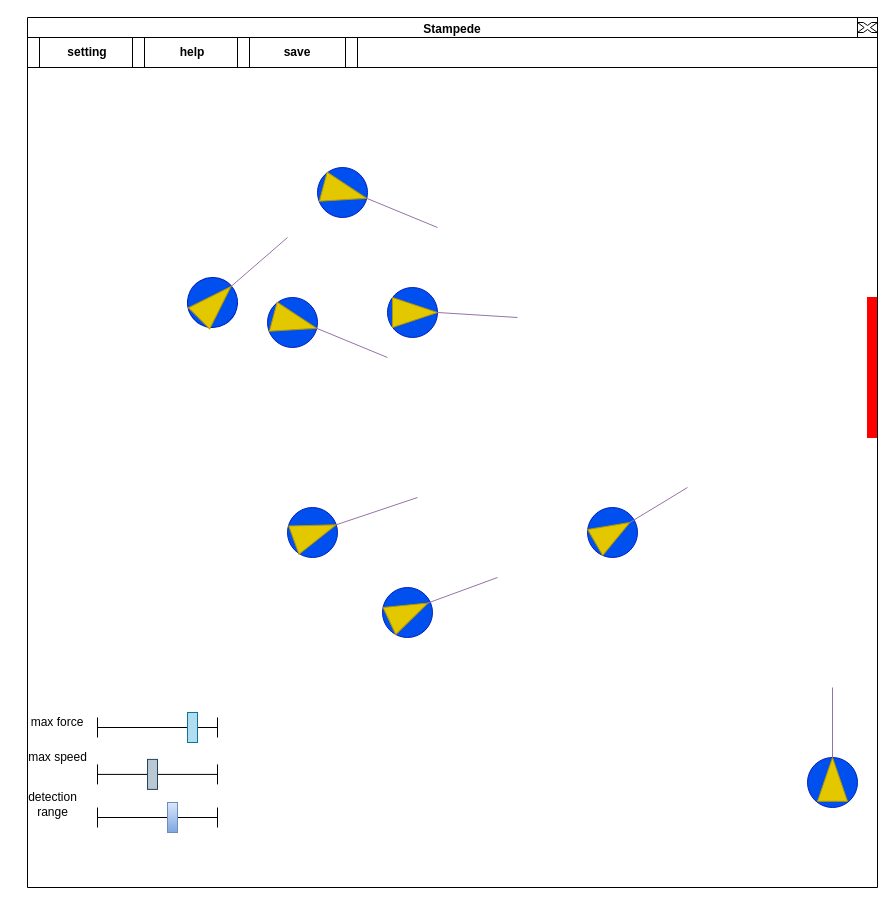
Above: draftGraphics.drawio in picadud/StudioA (draw.io), before the change. Source tidied: cells renumbered, new cells numbered last; positions are measured from the earlier drawing's top-left corner, leaving out a move shared by most shapes. Both pictures are drawn from the tidied source at 100%, with x=0, y=0 at pixel (17, 17).
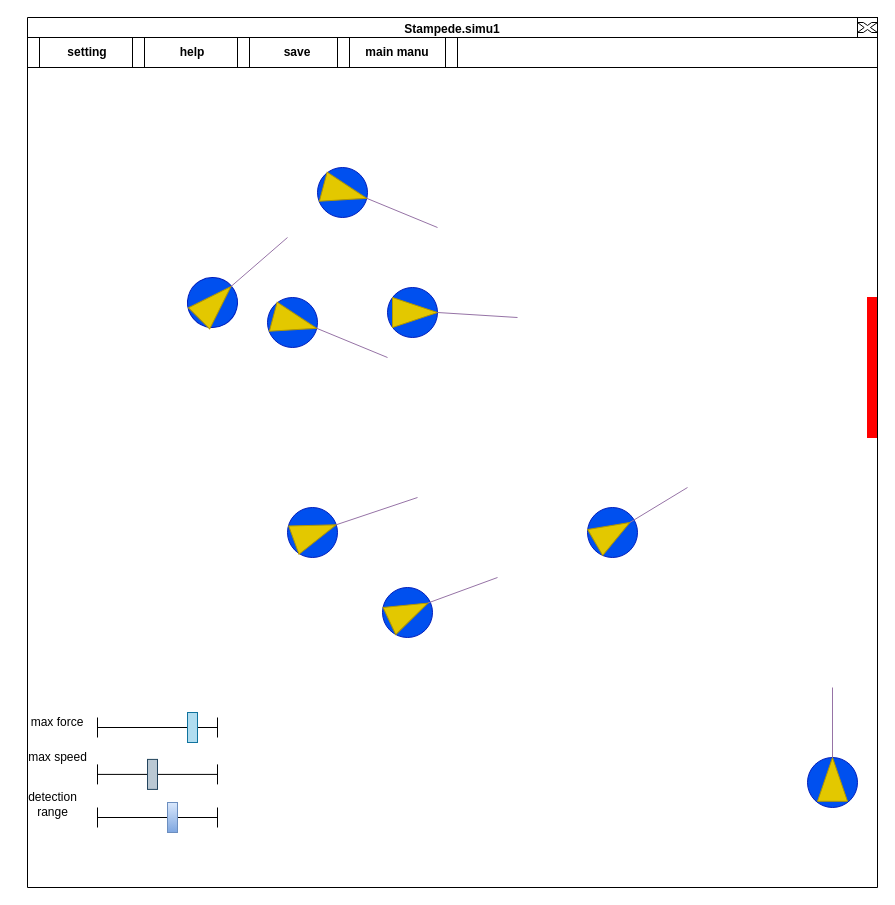
The same diagram, later.

What changed in the source:
```diff
@@
-    <mxCell id="27" value="Stampede" style="swimlane;whiteSpace=wrap;html=1;" parent="1" vertex="1">
+    <mxCell id="27" value="Stampede.simu1" style="swimlane;whiteSpace=wrap;html=1;" parent="1" vertex="1">
       <mxGeometry x="10" width="850" height="870" as="geometry" />
     </mxCell>
@@
+    <mxCell id="43" value="&lt;b&gt;main manu&lt;/b&gt;" style="shape=process;whiteSpace=wrap;html=1;backgroundOutline=1;" parent="27" vertex="1">
+      <mxGeometry x="310" y="20" width="120" height="30" as="geometry" />
+    </mxCell>
```
